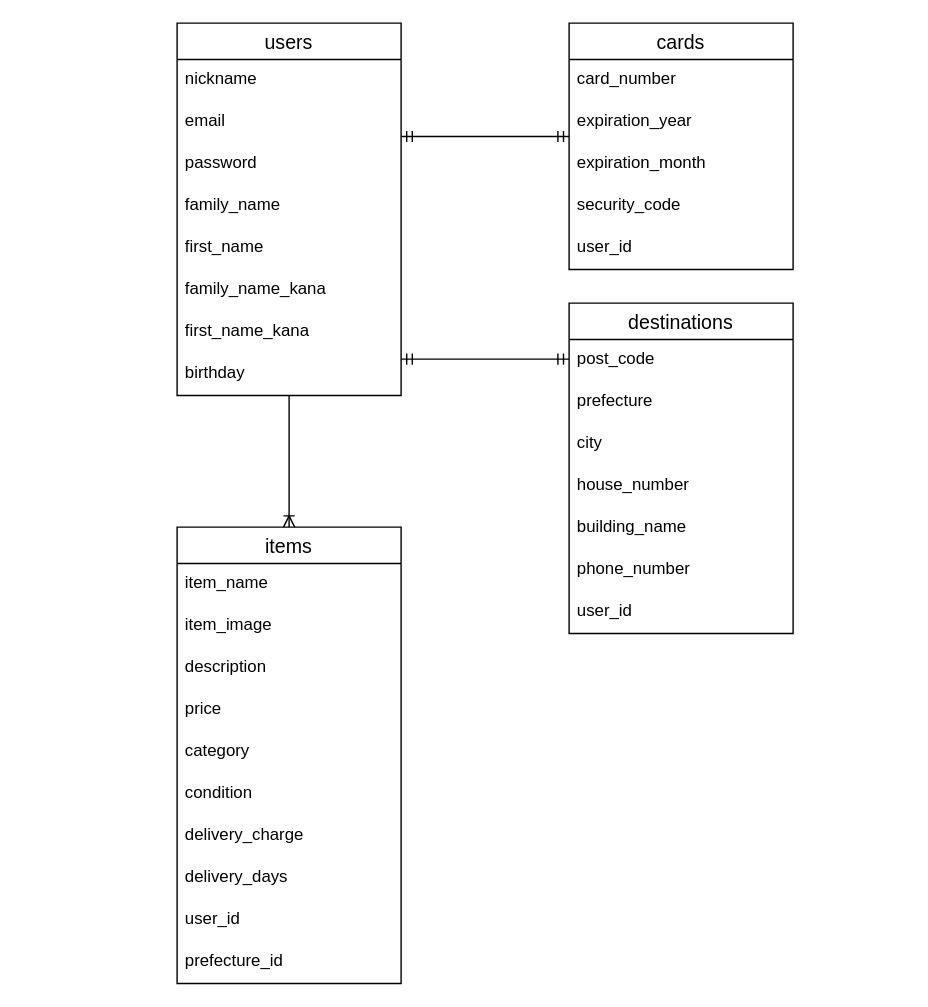
Before: furima-29711.drawio in mayu-nakai/furima-29711, a draw.io diagram. Source tidied: cells renumbered, new cells numbered last; positions are measured from the earlier drawing's top-left corner, leaving out a move shared by most shapes. Both pictures are drawn from the tidied source at 140%, with x=0, y=0 at pixel (176, 22).
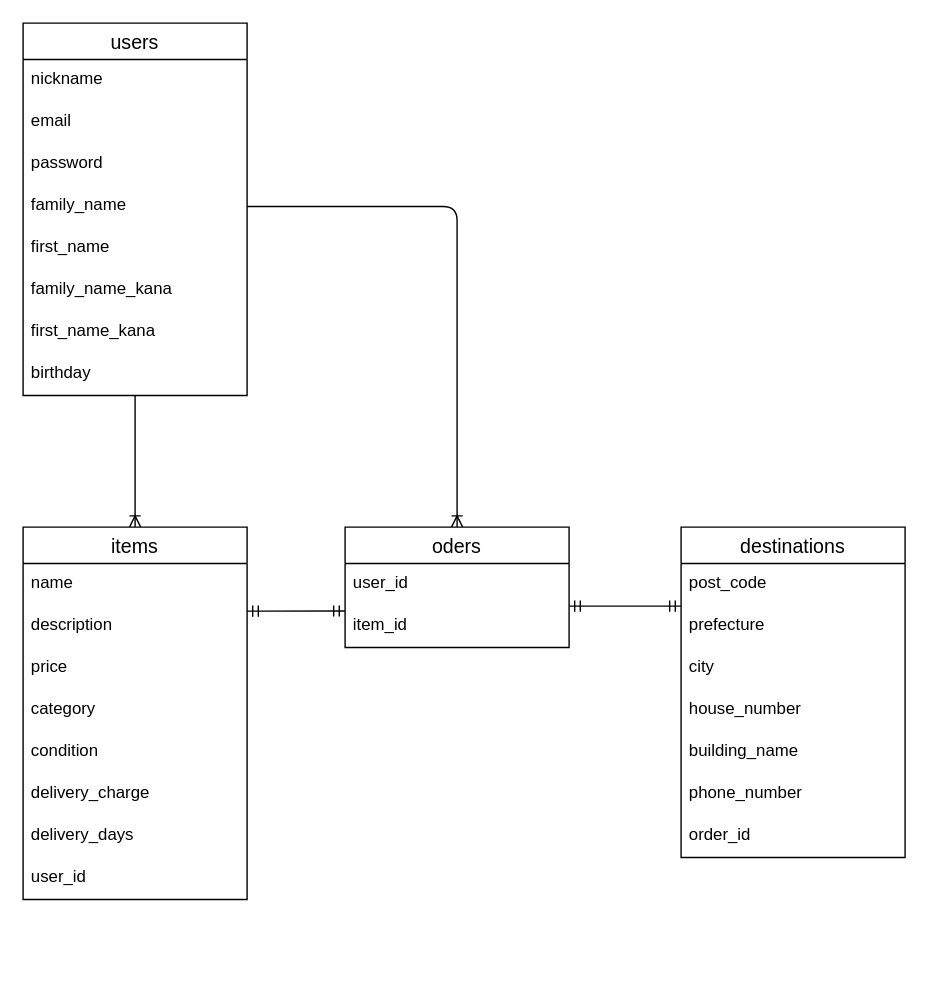
The same page after the edit.

Commit message:
furima-29711.drawio を更新します

Unchanged cells that the change refers to:
```xml
<mxCell id="6" value="family_name" style="text;strokeColor=none;fillColor=none;spacingLeft=4;spacingRight=4;overflow=hidden;points=[[0,0.5],[1,0.5]];portConstraint=eastwest;fontSize=12;" parent="2" vertex="1">
  <mxGeometry y="116" width="160" height="30" as="geometry" />
</mxCell>
<mxCell id="10" value="birthday" style="text;strokeColor=none;fillColor=none;spacingLeft=4;spacingRight=4;overflow=hidden;points=[[0,0.5],[1,0.5]];portConstraint=eastwest;fontSize=12;" parent="2" vertex="1">
  <mxGeometry y="236" width="160" height="30" as="geometry" />
</mxCell>
<mxCell id="30" value="post_code" style="text;strokeColor=none;fillColor=none;spacingLeft=4;spacingRight=4;overflow=hidden;points=[[0,0.5],[1,0.5]];portConstraint=eastwest;fontSize=12;" parent="29" vertex="1">
  <mxGeometry y="26" width="160" height="30" as="geometry" />
</mxCell>
```

What changed in the source:
```diff
@@
+    <mxCell id="22" style="fontSize=12;html=1;endArrow=ERoneToMany;" parent="1" edge="1" source="10" target="11">
+      <mxGeometry relative="1" as="geometry" />
+    </mxCell>
+    <mxCell id="39" style="edgeStyle=orthogonalEdgeStyle;fontSize=12;html=1;endArrow=ERoneToMany;exitX=1;exitY=0.5;exitDx=0;exitDy=0;entryX=0.5;entryY=0;entryDx=0;entryDy=0;" parent="1" edge="1" source="6" target="23">
+      <mxGeometry relative="1" as="geometry" />
+    </mxCell>
+    <mxCell id="40" style="fontSize=12;html=1;endArrow=ERmandOne;startArrow=ERmandOne;entryX=-0.001;entryY=1.014;entryDx=0;entryDy=0;entryPerimeter=0;exitX=1;exitY=0.014;exitDx=0;exitDy=0;exitPerimeter=0;" parent="1" edge="1" source="25" target="30">
+      <mxGeometry relative="1" as="geometry" />
+    </mxCell>
     <mxCell id="2" value="users" style="swimlane;fontStyle=0;horizontal=1;startSize=26;align=center;fontSize=14;" parent="1" vertex="1">
-      <mxGeometry width="160" height="266" as="geometry" />
+      <mxGeometry x="-110" width="160" height="266" as="geometry" />
     </mxCell>
@@
     <mxCell id="11" value="items" style="swimlane;fontStyle=0;horizontal=1;startSize=26;align=center;fontSize=14;" parent="1" vertex="1">
-      <mxGeometry y="360" width="160" height="326" as="geometry" />
+      <mxGeometry x="-110" y="360" width="160" height="266" as="geometry" />
     </mxCell>
-    <mxCell id="12" value="item_name" style="text;strokeColor=none;fillColor=none;spacingLeft=4;spacingRight=4;overflow=hidden;fontSize=12;" parent="11" vertex="1">
+    <mxCell id="12" value="name" style="text;strokeColor=none;fillColor=none;spacingLeft=4;spacingRight=4;overflow=hidden;fontSize=12;" parent="11" vertex="1">
       <mxGeometry y="26" width="160" height="30" as="geometry" />
     </mxCell>
-    <mxCell id="13" value="item_image" style="text;strokeColor=none;fillColor=none;spacingLeft=4;spacingRight=4;overflow=hidden;fontSize=12;" parent="11" vertex="1">
-      <mxGeometry y="56" width="160" height="30" as="geometry" />
-    </mxCell>
     <mxCell id="14" value="description" style="text;strokeColor=none;fillColor=none;spacingLeft=4;spacingRight=4;overflow=hidden;fontSize=12;" parent="11" vertex="1">
-      <mxGeometry y="86" width="160" height="30" as="geometry" />
+      <mxGeometry y="56" width="160" height="30" as="geometry" />
     </mxCell>
     <mxCell id="15" value="price" style="text;strokeColor=none;fillColor=none;spacingLeft=4;spacingRight=4;overflow=hidden;fontSize=12;" parent="11" vertex="1">
-      <mxGeometry y="116" width="160" height="30" as="geometry" />
+      <mxGeometry y="86" width="160" height="30" as="geometry" />
     </mxCell>
     <mxCell id="16" value="category" style="text;strokeColor=none;fillColor=none;spacingLeft=4;spacingRight=4;overflow=hidden;fontSize=12;" parent="11" vertex="1">
-      <mxGeometry y="146" width="160" height="30" as="geometry" />
+      <mxGeometry y="116" width="160" height="30" as="geometry" />
     </mxCell>
     <mxCell id="17" value="condition" style="text;strokeColor=none;fillColor=none;spacingLeft=4;spacingRight=4;overflow=hidden;fontSize=12;" parent="11" vertex="1">
-      <mxGeometry y="176" width="160" height="30" as="geometry" />
+      <mxGeometry y="146" width="160" height="30" as="geometry" />
     </mxCell>
     <mxCell id="18" value="delivery_charge" style="text;strokeColor=none;fillColor=none;spacingLeft=4;spacingRight=4;overflow=hidden;fontSize=12;" parent="11" vertex="1">
-      <mxGeometry y="206" width="160" height="30" as="geometry" />
+      <mxGeometry y="176" width="160" height="30" as="geometry" />
     </mxCell>
     <mxCell id="19" value="delivery_days" style="text;strokeColor=none;fillColor=none;spacingLeft=4;spacingRight=4;overflow=hidden;fontSize=12;" parent="11" vertex="1">
-      <mxGeometry y="236" width="160" height="30" as="geometry" />
+      <mxGeometry y="206" width="160" height="30" as="geometry" />
     </mxCell>
     <mxCell id="20" value="user_id" style="text;strokeColor=none;fillColor=none;spacingLeft=4;spacingRight=4;overflow=hidden;fontSize=12;" parent="11" vertex="1">
-      <mxGeometry y="266" width="160" height="30" as="geometry" />
+      <mxGeometry y="236" width="160" height="30" as="geometry" />
     </mxCell>
-    <mxCell id="21" value="prefecture_id" style="text;strokeColor=none;fillColor=none;spacingLeft=4;spacingRight=4;overflow=hidden;fontSize=12;" parent="11" vertex="1">
-      <mxGeometry y="296" width="160" height="30" as="geometry" />
-    </mxCell>
-    <mxCell id="22" style="fontSize=12;html=1;endArrow=ERoneToMany;" parent="1" edge="1" source="10" target="11">
-      <mxGeometry relative="1" as="geometry" />
-    </mxCell>
-    <mxCell id="23" value="cards" style="swimlane;fontStyle=0;horizontal=1;startSize=26;align=center;fontSize=14;" parent="1" vertex="1">
-      <mxGeometry x="280" width="160" height="176" as="geometry" />
+    <mxCell id="23" value="oders" style="swimlane;fontStyle=0;horizontal=1;startSize=26;align=center;fontSize=14;" parent="1" vertex="1">
+      <mxGeometry x="120" y="360" width="160" height="86" as="geometry" />
     </mxCell>
-    <mxCell id="24" value="card_number" style="text;strokeColor=none;fillColor=none;spacingLeft=4;spacingRight=4;overflow=hidden;fontSize=12;" parent="23" vertex="1">
+    <mxCell id="24" value="user_id" style="text;strokeColor=none;fillColor=none;spacingLeft=4;spacingRight=4;overflow=hidden;fontSize=12;" parent="23" vertex="1">
       <mxGeometry y="26" width="160" height="30" as="geometry" />
     </mxCell>
-    <mxCell id="25" value="expiration_year" style="text;strokeColor=none;fillColor=none;spacingLeft=4;spacingRight=4;overflow=hidden;points=[[0,0.5],[1,0.5]];portConstraint=eastwest;fontSize=12;" parent="23" vertex="1">
+    <mxCell id="25" value="item_id" style="text;strokeColor=none;fillColor=none;spacingLeft=4;spacingRight=4;overflow=hidden;points=[[0,0.5],[1,0.5]];portConstraint=eastwest;fontSize=12;" parent="23" vertex="1">
       <mxGeometry y="56" width="160" height="30" as="geometry" />
     </mxCell>
-    <mxCell id="26" value="expiration_month" style="text;strokeColor=none;fillColor=none;spacingLeft=4;spacingRight=4;overflow=hidden;fontSize=12;" parent="23" vertex="1">
-      <mxGeometry y="86" width="160" height="30" as="geometry" />
-    </mxCell>
-    <mxCell id="27" value="security_code" style="text;strokeColor=none;fillColor=none;spacingLeft=4;spacingRight=4;overflow=hidden;fontSize=12;" parent="23" vertex="1">
-      <mxGeometry y="116" width="160" height="30" as="geometry" />
-    </mxCell>
-    <mxCell id="28" value="user_id" style="text;strokeColor=none;fillColor=none;spacingLeft=4;spacingRight=4;overflow=hidden;fontSize=12;" parent="23" vertex="1">
-      <mxGeometry y="146" width="160" height="30" as="geometry" />
-    </mxCell>
     <mxCell id="29" value="destinations" style="swimlane;fontStyle=0;horizontal=1;startSize=26;align=center;fontSize=14;" parent="1" vertex="1">
-      <mxGeometry x="280" y="200" width="160" height="236" as="geometry" />
+      <mxGeometry x="360" y="360" width="160" height="236" as="geometry" />
     </mxCell>
@@
-    <mxCell id="36" value="user_id" style="text;strokeColor=none;fillColor=none;spacingLeft=4;spacingRight=4;overflow=hidden;fontSize=12;" parent="29" vertex="1">
+    <mxCell id="36" value="order_id" style="text;strokeColor=none;fillColor=none;spacingLeft=4;spacingRight=4;overflow=hidden;fontSize=12;" parent="29" vertex="1">
       <mxGeometry y="206" width="160" height="30" as="geometry" />
     </mxCell>
-    <mxCell id="37" style="fontSize=12;html=1;endArrow=ERmandOne;startArrow=ERmandOne;" parent="1" edge="1">
-      <mxGeometry relative="1" as="geometry">
-        <mxPoint x="160" y="81" as="sourcePoint" />
-        <mxPoint x="280" y="81" as="targetPoint" />
-      </mxGeometry>
-    </mxCell>
-    <mxCell id="38" style="fontSize=12;html=1;endArrow=ERmandOne;startArrow=ERmandOne;" parent="1" edge="1">
-      <mxGeometry relative="1" as="geometry">
-        <mxPoint x="160" y="240" as="sourcePoint" />
-        <mxPoint x="280" y="240" as="targetPoint" />
-      </mxGeometry>
-    </mxCell>
+    <mxCell id="41" style="fontSize=12;html=1;endArrow=ERmandOne;startArrow=ERmandOne;entryX=-0.001;entryY=0.131;entryDx=0;entryDy=0;entryPerimeter=0;" parent="1" edge="1" target="25">
+      <mxGeometry relative="1" as="geometry">
+        <mxPoint x="50" y="420" as="sourcePoint" />
+      </mxGeometry>
+    </mxCell>
```
